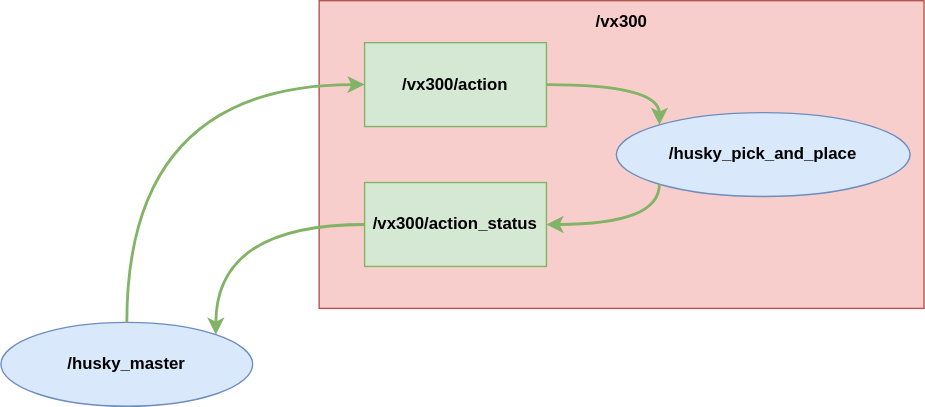
Before: Figures/figTopLevelMethod.drawio.svg, a diagram exported from draw.io (orjano-max/ORJANOS_MASTER_REPO). Source tidied: cells renumbered, new cells last; positions are measured from the earlier drawing's top-left corner, leaving out a move shared by most shapes.
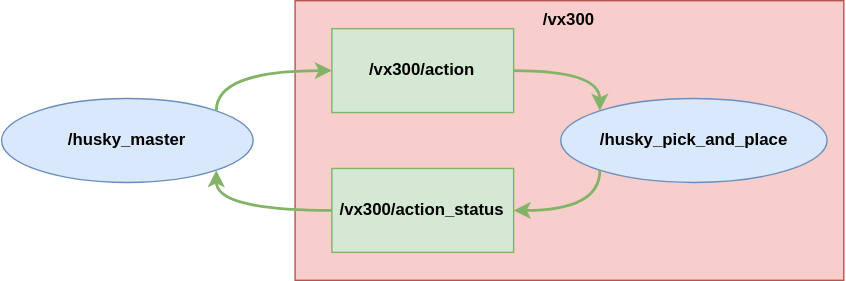
The same file after the commit.

Diff of the diagram source:
```diff
@@ -3,52 +3,56 @@
     <mxCell id="0" />
     <mxCell id="1" parent="0" />
     <mxCell id="2" style="group;" parent="1" vertex="1">
-      <mxGeometry x="227.5" width="432.5" height="220" as="geometry" />
+      <mxGeometry x="240" y="10" width="392.5" height="200" as="geometry" />
     </mxCell>
     <mxCell id="3" style="rounded=0;whiteSpace=wrap;html=1;fillColor=#f8cecc;strokeColor=#b85450;" parent="2" vertex="1">
-      <mxGeometry width="432.5" height="220" as="geometry" />
+      <mxGeometry width="392.5" height="200" as="geometry" />
     </mxCell>
     <mxCell id="4" value="&lt;b&gt;/vx300&lt;/b&gt;" style="text;html=1;strokeColor=none;fillColor=none;align=center;verticalAlign=middle;whiteSpace=wrap;rounded=0;" parent="2" vertex="1">
-      <mxGeometry x="172.2" width="88" height="30" as="geometry" />
+      <mxGeometry x="156.3" width="79.9" height="27.3" as="geometry" />
     </mxCell>
-    <mxCell id="5" value="&lt;div&gt;/husky_master&lt;/div&gt;" style="ellipse;whiteSpace=wrap;html=1;fillColor=#dae8fc;strokeColor=#6c8ebf;fontStyle=1;" parent="1" vertex="1">
-      <mxGeometry y="230" width="180" height="60" as="geometry" />
-    </mxCell>
-    <mxCell id="6" value="&lt;b&gt;/vx300/action&lt;/b&gt;" style="rounded=0;whiteSpace=wrap;html=1;fillColor=#d5e8d4;strokeColor=#82b366;" parent="1" vertex="1">
-      <mxGeometry x="260" y="30" width="130" height="60" as="geometry" />
-    </mxCell>
-    <mxCell id="7" style="edgeStyle=orthogonalEdgeStyle;jettySize=auto;html=1;curved=1;fillColor=#d5e8d4;strokeColor=#82b366;strokeWidth=2;rounded=0;entryX=0;entryY=0.5;entryDx=0;entryDy=0;exitX=0.5;exitY=0;exitDx=0;exitDy=0;" parent="1" edge="1" source="5" target="6">
-      <mxGeometry relative="1" as="geometry">
-        <Array as="points">
-          <mxPoint x="90" y="60" />
-        </Array>
-      </mxGeometry>
-    </mxCell>
-    <mxCell id="8" style="edgeStyle=orthogonalEdgeStyle;jettySize=auto;html=1;curved=1;fillColor=#d5e8d4;strokeColor=#82b366;strokeWidth=2;rounded=0;exitX=1;exitY=0.5;exitDx=0;exitDy=0;entryX=0;entryY=0;entryDx=0;entryDy=0;" parent="1" edge="1" source="6" target="9">
-      <mxGeometry relative="1" as="geometry">
-        <Array as="points">
-          <mxPoint x="471" y="60" />
-        </Array>
-      </mxGeometry>
-    </mxCell>
-    <mxCell id="9" value="/husky_pick_and_place" style="ellipse;whiteSpace=wrap;html=1;fillColor=#dae8fc;strokeColor=#6c8ebf;fontStyle=1;" parent="1" vertex="1">
-      <mxGeometry x="440" y="80" width="210" height="60" as="geometry" />
+    <mxCell id="9" value="/husky_pick_and_place" style="ellipse;whiteSpace=wrap;html=1;fillColor=#dae8fc;strokeColor=#6c8ebf;fontStyle=1;" parent="2" vertex="1">
+      <mxGeometry x="190" y="70" width="190.6" height="60" as="geometry" />
     </mxCell>
-    <mxCell id="10" style="edgeStyle=orthogonalEdgeStyle;rounded=0;orthogonalLoop=1;jettySize=auto;html=1;exitX=0.5;exitY=1;exitDx=0;exitDy=0;" parent="1" edge="1" source="9" target="9">
+    <mxCell id="10" style="edgeStyle=orthogonalEdgeStyle;rounded=0;orthogonalLoop=1;jettySize=auto;html=1;exitX=0.5;exitY=1;exitDx=0;exitDy=0;" parent="2" edge="1" source="9" target="9">
       <mxGeometry relative="1" as="geometry" />
     </mxCell>
+    <mxCell id="6" value="&lt;b&gt;/vx300/action&lt;/b&gt;" style="rounded=0;whiteSpace=wrap;html=1;fillColor=#d5e8d4;strokeColor=#82b366;" parent="2" vertex="1">
+      <mxGeometry x="26.3" y="20" width="130" height="60" as="geometry" />
+    </mxCell>
+    <mxCell id="8" style="edgeStyle=orthogonalEdgeStyle;jettySize=auto;html=1;curved=1;fillColor=#d5e8d4;strokeColor=#82b366;strokeWidth=2;rounded=0;exitX=1;exitY=0.5;exitDx=0;exitDy=0;entryX=0;entryY=0;entryDx=0;entryDy=0;" parent="2" edge="1" source="6" target="9">
+      <mxGeometry relative="1" as="geometry">
+        <Array as="points">
+          <mxPoint x="218" y="50" />
+        </Array>
+      </mxGeometry>
+    </mxCell>
-    <mxCell id="11" value="&lt;b&gt;/vx300/action_status&lt;/b&gt;" style="rounded=0;whiteSpace=wrap;html=1;fillColor=#d5e8d4;strokeColor=#82b366;" parent="1" vertex="1">
-      <mxGeometry x="260" y="130" width="130" height="60" as="geometry" />
+    <mxCell id="11" value="&lt;b&gt;/vx300/action_status&lt;/b&gt;" style="rounded=0;whiteSpace=wrap;html=1;fillColor=#d5e8d4;strokeColor=#82b366;" parent="2" vertex="1">
+      <mxGeometry x="26.3" y="120" width="130" height="60" as="geometry" />
     </mxCell>
-    <mxCell id="12" style="edgeStyle=orthogonalEdgeStyle;jettySize=auto;html=1;curved=1;fillColor=#d5e8d4;strokeColor=#82b366;strokeWidth=2;rounded=0;exitX=0;exitY=1;exitDx=0;exitDy=0;entryX=1;entryY=0.5;entryDx=0;entryDy=0;" parent="1" edge="1" source="9" target="11">
+    <mxCell id="12" style="edgeStyle=orthogonalEdgeStyle;jettySize=auto;html=1;curved=1;fillColor=#d5e8d4;strokeColor=#82b366;strokeWidth=2;rounded=0;exitX=0;exitY=1;exitDx=0;exitDy=0;entryX=1;entryY=0.5;entryDx=0;entryDy=0;" parent="2" edge="1" source="9" target="11">
       <mxGeometry relative="1" as="geometry">
         <Array as="points">
-          <mxPoint x="471" y="160" />
+          <mxPoint x="218" y="150" />
         </Array>
       </mxGeometry>
     </mxCell>
+    <mxCell id="5" value="&lt;div&gt;/husky_master&lt;/div&gt;" style="ellipse;whiteSpace=wrap;html=1;fillColor=#dae8fc;strokeColor=#6c8ebf;fontStyle=1;" parent="1" vertex="1">
+      <mxGeometry x="30" y="80" width="180" height="60" as="geometry" />
+    </mxCell>
+    <mxCell id="7" style="edgeStyle=orthogonalEdgeStyle;jettySize=auto;html=1;curved=1;fillColor=#d5e8d4;strokeColor=#82b366;strokeWidth=2;rounded=0;entryX=0;entryY=0.5;entryDx=0;entryDy=0;exitX=1;exitY=0;exitDx=0;exitDy=0;" parent="1" edge="1" source="5" target="6">
+      <mxGeometry relative="1" as="geometry">
+        <Array as="points">
+          <mxPoint x="184" y="60" />
+        </Array>
+      </mxGeometry>
+    </mxCell>
-    <mxCell id="13" style="edgeStyle=orthogonalEdgeStyle;jettySize=auto;html=1;curved=1;fillColor=#d5e8d4;strokeColor=#82b366;strokeWidth=2;rounded=0;exitX=0;exitY=0.5;exitDx=0;exitDy=0;entryX=1;entryY=0;entryDx=0;entryDy=0;" parent="1" edge="1" source="11" target="5">
-      <mxGeometry relative="1" as="geometry" />
+    <mxCell id="13" style="edgeStyle=orthogonalEdgeStyle;jettySize=auto;html=1;curved=1;fillColor=#d5e8d4;strokeColor=#82b366;strokeWidth=2;rounded=0;exitX=0;exitY=0.5;exitDx=0;exitDy=0;entryX=1;entryY=1;entryDx=0;entryDy=0;" parent="1" edge="1" source="11" target="5">
+      <mxGeometry relative="1" as="geometry">
+        <Array as="points">
+          <mxPoint x="184" y="160" />
+        </Array>
+      </mxGeometry>
     </mxCell>
   </root>
 </mxGraphModel>
```
